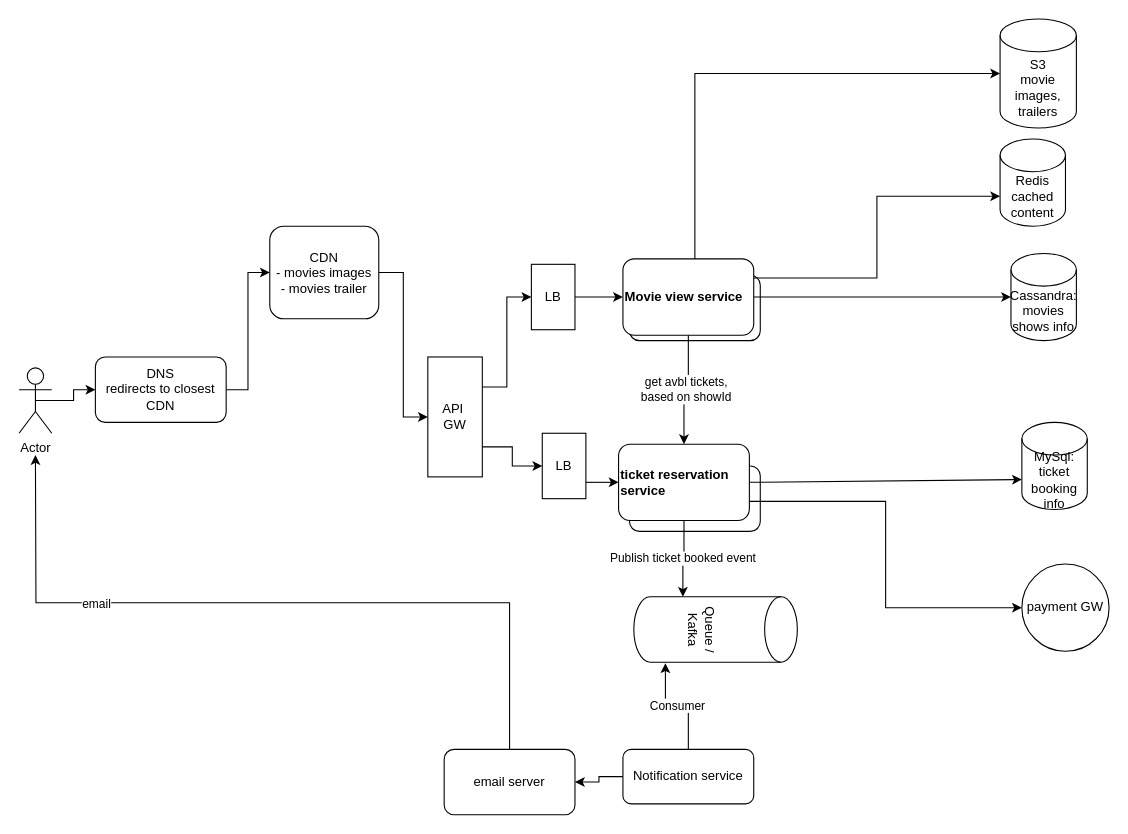
The draw.io diagram SystemDesign/BookMyShow/BookMyShow.drawio in himkak/notes, before the edit. Source tidied: cells renumbered, new cells numbered last; positions are measured from the earlier drawing's top-left corner, leaving out a move shared by most shapes. Both pictures are drawn from the tidied source at 109%, with x=0, y=0 at pixel (19, 19).
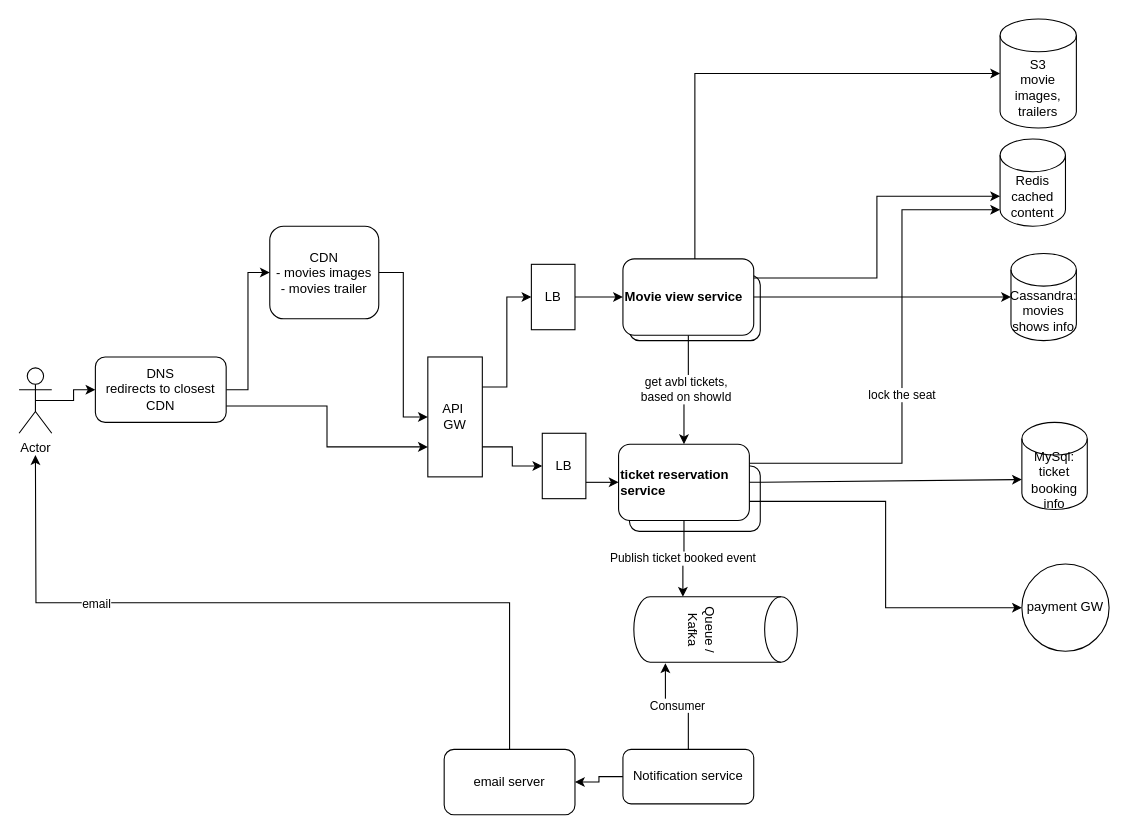
Above is the later version.

Unchanged cells that the change refers to:
```xml
<mxCell id="12" value="&lt;b&gt;ticket reservation service&lt;/b&gt;" style="rounded=1;whiteSpace=wrap;html=1;align=left;" parent="1" vertex="1">
  <mxGeometry x="550" y="390" width="120" height="70" as="geometry" />
</mxCell>
<mxCell id="19" value="API&amp;nbsp;&lt;br&gt;GW" style="rounded=0;whiteSpace=wrap;html=1;" parent="1" vertex="1">
  <mxGeometry x="375" y="310" width="50" height="110" as="geometry" />
</mxCell>
<mxCell id="30" value="Redis&lt;br&gt;cached content" style="shape=cylinder3;whiteSpace=wrap;html=1;boundedLbl=1;backgroundOutline=1;size=15;" parent="1" vertex="1">
  <mxGeometry x="900" y="110" width="60" height="80" as="geometry" />
</mxCell>
<mxCell id="32" value="DNS&lt;br&gt;redirects to closest CDN" style="rounded=1;whiteSpace=wrap;html=1;" parent="1" vertex="1">
  <mxGeometry x="70" y="310" width="120" height="60" as="geometry" />
</mxCell>
```

The edit, as a diff of the source:
```diff
@@
+    <mxCell id="38" style="edgeStyle=orthogonalEdgeStyle;rounded=0;jettySize=auto;html=1;exitX=1;exitY=0.25;exitDx=0;exitDy=0;entryX=0;entryY=1;entryDx=0;entryDy=-15;entryPerimeter=0;" parent="1" edge="1" source="12" target="30">
+      <mxGeometry relative="1" as="geometry">
+        <Array as="points">
+          <mxPoint x="810" y="408" />
+          <mxPoint x="810" y="175" />
+        </Array>
+      </mxGeometry>
+    </mxCell>
+    <mxCell id="39" value="lock the seat" style="edgeLabel;html=1;align=center;verticalAlign=middle;" parent="38" vertex="1">
+      <mxGeometry x="-0.12" y="1" relative="1" as="geometry">
+        <mxPoint y="1" as="offset" />
+      </mxGeometry>
+    </mxCell>
@@
+    <mxCell id="40" style="edgeStyle=orthogonalEdgeStyle;rounded=0;jettySize=auto;html=1;exitX=1;exitY=0.75;exitDx=0;exitDy=0;entryX=0;entryY=0.75;entryDx=0;entryDy=0;" parent="1" edge="1" source="32" target="19">
+      <mxGeometry relative="1" as="geometry" />
+    </mxCell>
```
